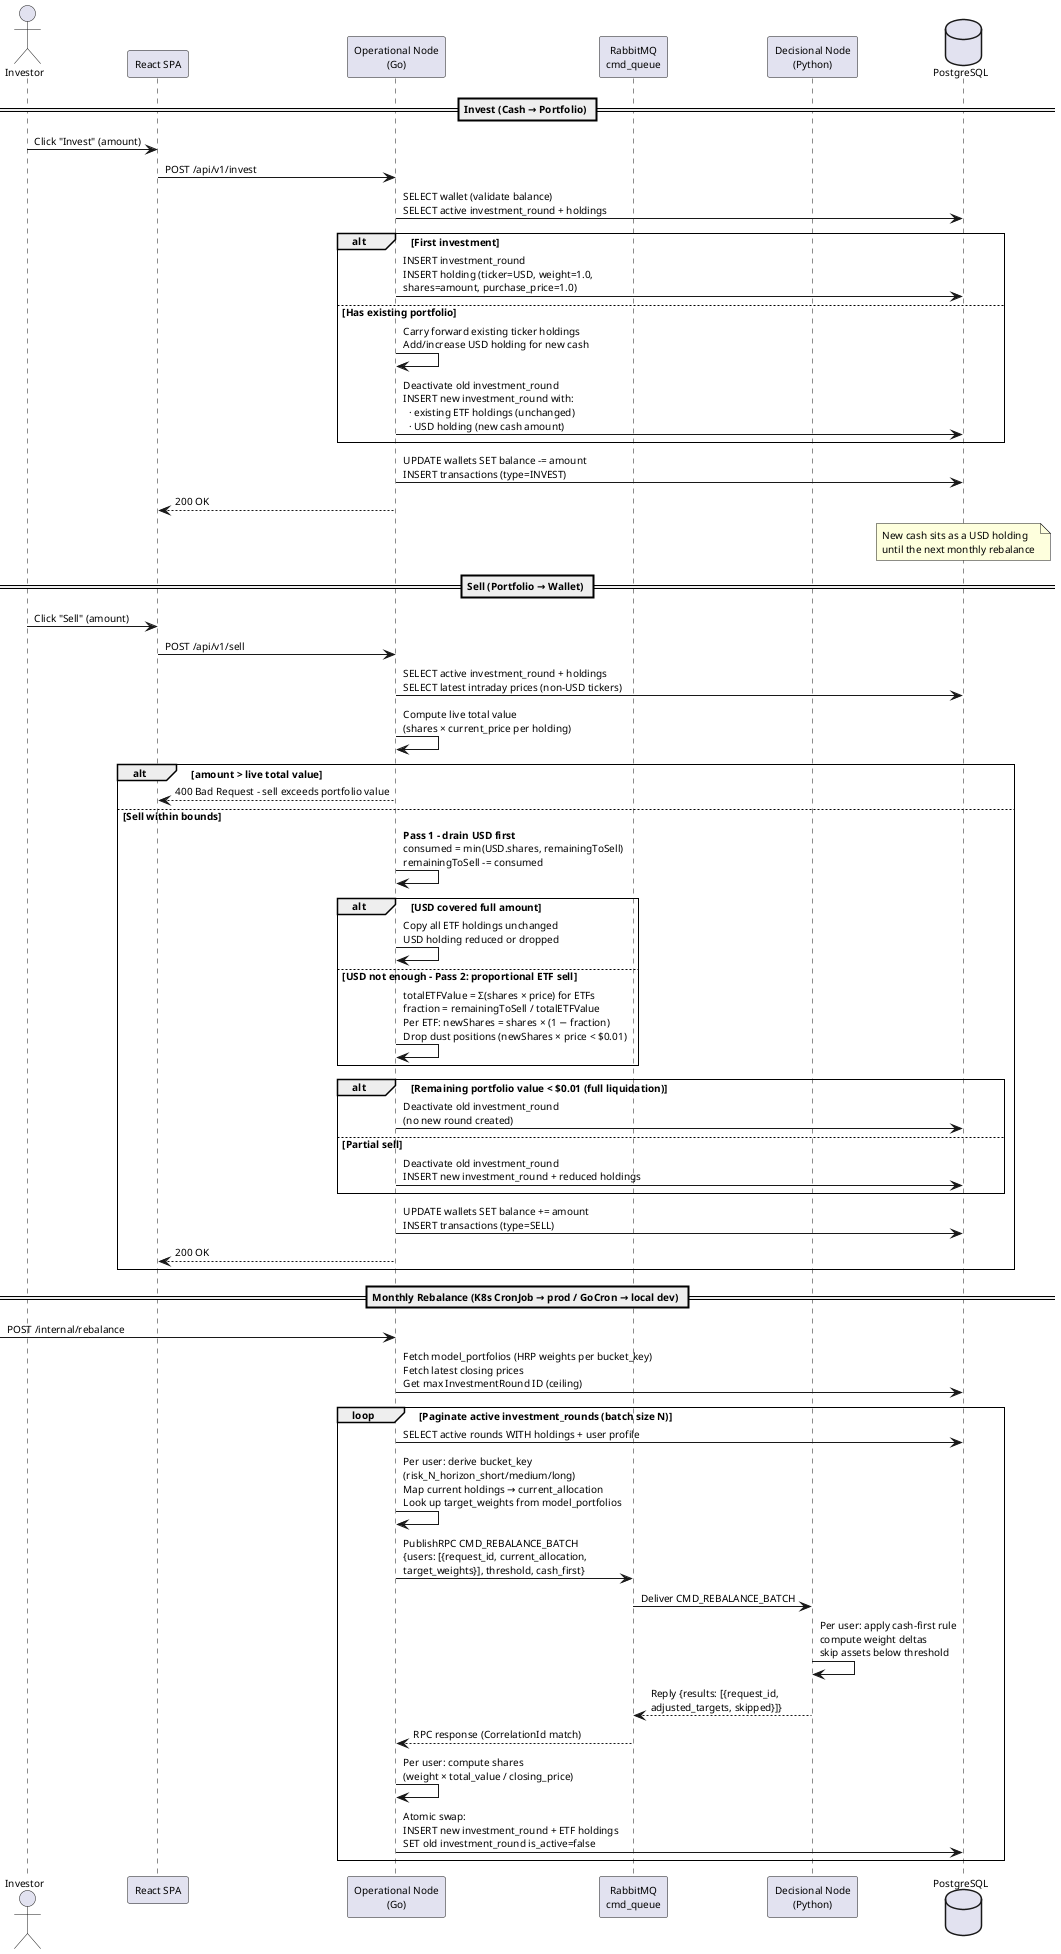
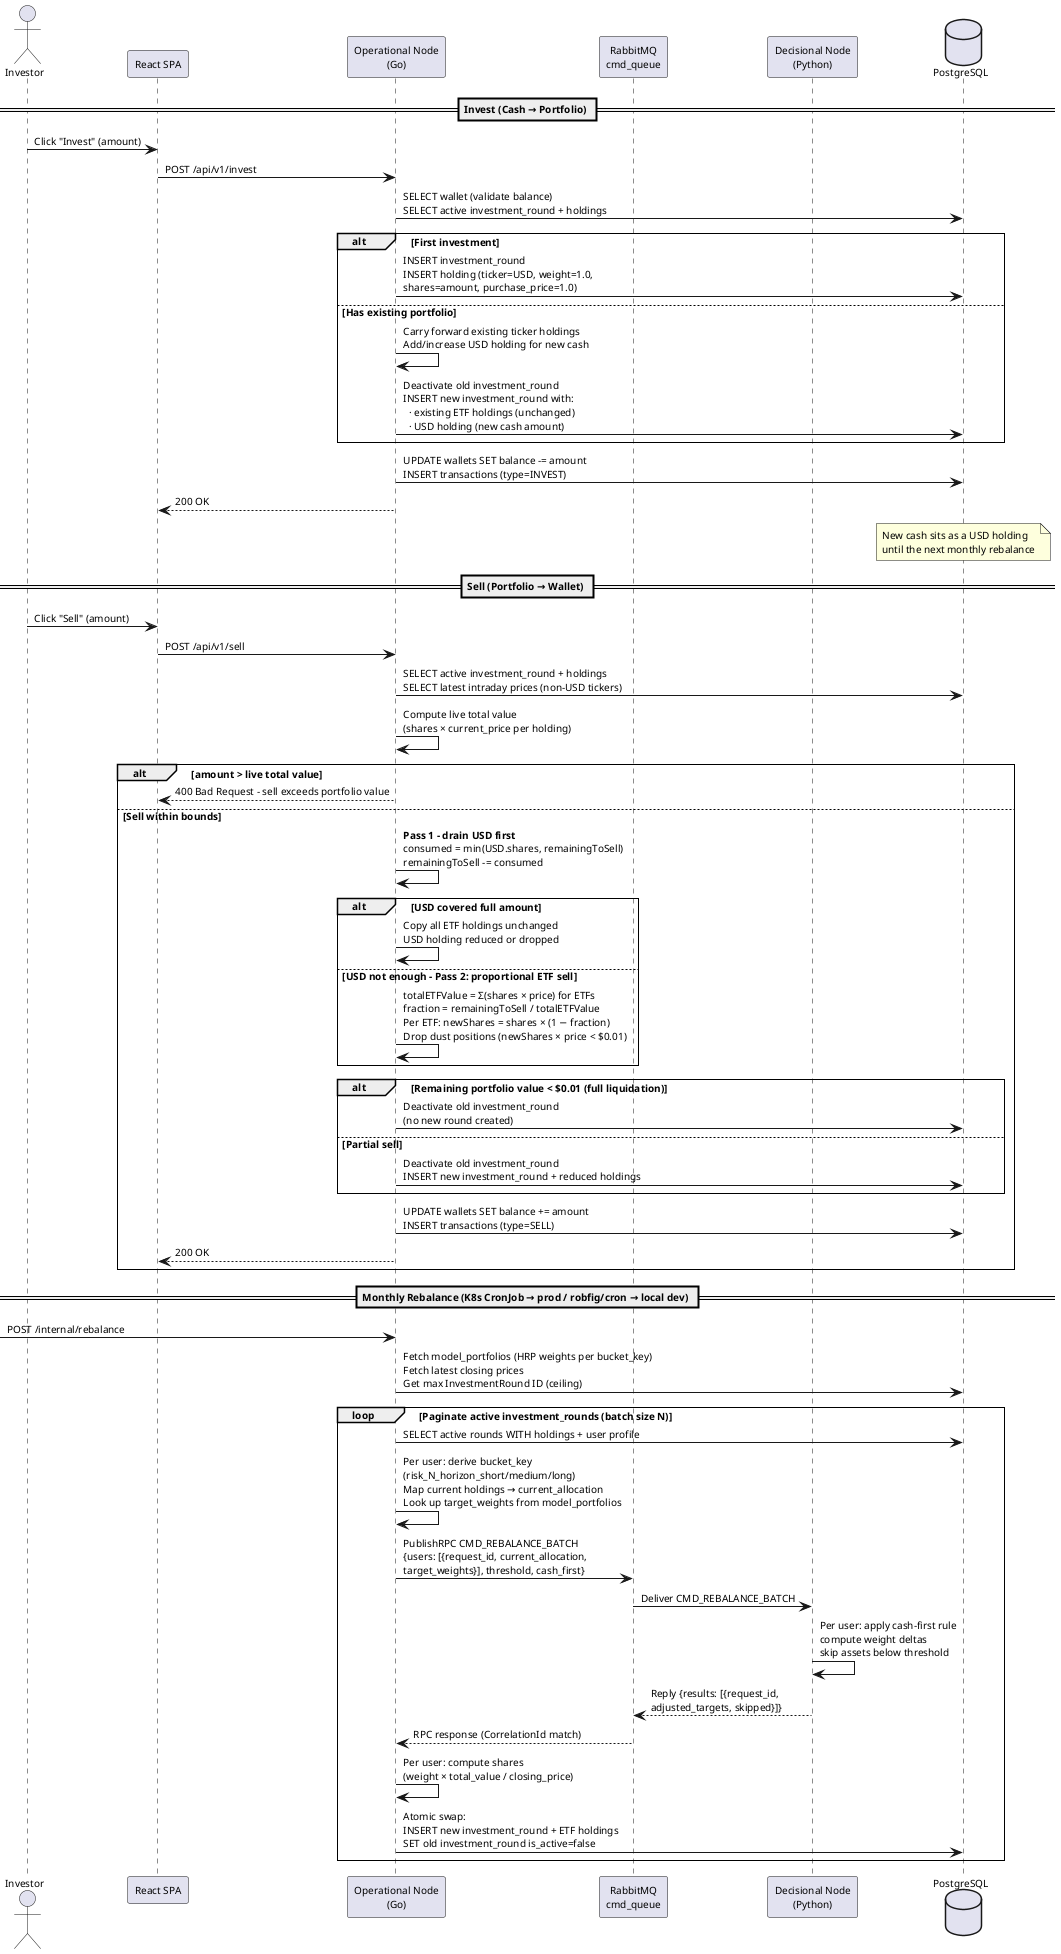
@startuml InvestPilot-Sequence-Investment
skinparam defaultFontSize 10
skinparam defaultFontName Arial
skinparam sequenceArrowThickness 1
skinparam sequenceGroupBorderThickness 1

actor "Investor" as User
participant "React SPA" as SPA
participant "Operational Node\n(Go)" as Go
participant "RabbitMQ\ncmd_queue" as MQ
participant "Decisional Node\n(Python)" as Python
database "PostgreSQL" as DB


== Invest (Cash → Portfolio) ==

User -> SPA : Click "Invest" (amount)
SPA -> Go : POST /api/v1/invest
Go -> DB : SELECT wallet (validate balance)\nSELECT active investment_round + holdings

alt First investment
    Go -> DB : INSERT investment_round\nINSERT holding (ticker=USD, weight=1.0,\nshares=amount, purchase_price=1.0)
else Has existing portfolio
    Go -> Go : Carry forward existing ticker holdings\nAdd/increase USD holding for new cash
    Go -> DB : Deactivate old investment_round\nINSERT new investment_round with:\n  · existing ETF holdings (unchanged)\n  · USD holding (new cash amount)
end

Go -> DB : UPDATE wallets SET balance -= amount\nINSERT transactions (type=INVEST)
Go --> SPA : 200 OK

note over DB : New cash sits as a USD holding\nuntil the next monthly rebalance

== Sell (Portfolio → Wallet) ==

User -> SPA : Click "Sell" (amount)
SPA -> Go : POST /api/v1/sell
Go -> DB : SELECT active investment_round + holdings\nSELECT latest intraday prices (non-USD tickers)
Go -> Go : Compute live total value\n(shares × current_price per holding)

alt amount > live total value
    Go --> SPA : 400 Bad Request - sell exceeds portfolio value
else Sell within bounds
    Go -> Go : **Pass 1 - drain USD first**\nconsumed = min(USD.shares, remainingToSell)\nremainingToSell -= consumed

    alt USD covered full amount
        Go -> Go : Copy all ETF holdings unchanged\nUSD holding reduced or dropped
    else USD not enough - Pass 2: proportional ETF sell
        Go -> Go : totalETFValue = Σ(shares × price) for ETFs\nfraction = remainingToSell / totalETFValue\nPer ETF: newShares = shares × (1 − fraction)\nDrop dust positions (newShares × price < $0.01)
    end

    alt Remaining portfolio value < $0.01 (full liquidation)
        Go -> DB : Deactivate old investment_round\n(no new round created)
    else Partial sell
        Go -> DB : Deactivate old investment_round\nINSERT new investment_round + reduced holdings
    end

    Go -> DB : UPDATE wallets SET balance += amount\nINSERT transactions (type=SELL)
    Go --> SPA : 200 OK
end

- == Monthly Rebalance (K8s CronJob → prod / GoCron → local dev) ==
+ == Monthly Rebalance (K8s CronJob → prod / robfig/cron → local dev) ==

[-> Go : POST /internal/rebalance

Go -> DB : Fetch model_portfolios (HRP weights per bucket_key)\nFetch latest closing prices\nGet max InvestmentRound ID (ceiling)

loop Paginate active investment_rounds (batch size N)
    Go -> DB : SELECT active rounds WITH holdings + user profile
    Go -> Go : Per user: derive bucket_key\n(risk_N_horizon_short/medium/long)\nMap current holdings → current_allocation\nLook up target_weights from model_portfolios
    Go -> MQ : PublishRPC CMD_REBALANCE_BATCH\n{users: [{request_id, current_allocation,\ntarget_weights}], threshold, cash_first}
    MQ -> Python : Deliver CMD_REBALANCE_BATCH
    Python -> Python : Per user: apply cash-first rule\ncompute weight deltas\nskip assets below threshold
    Python --> MQ : Reply {results: [{request_id,\nadjusted_targets, skipped}]}
    MQ --> Go : RPC response (CorrelationId match)
    Go -> Go : Per user: compute shares\n(weight × total_value / closing_price)
    Go -> DB : Atomic swap:\nINSERT new investment_round + ETF holdings\nSET old investment_round is_active=false
end

@enduml